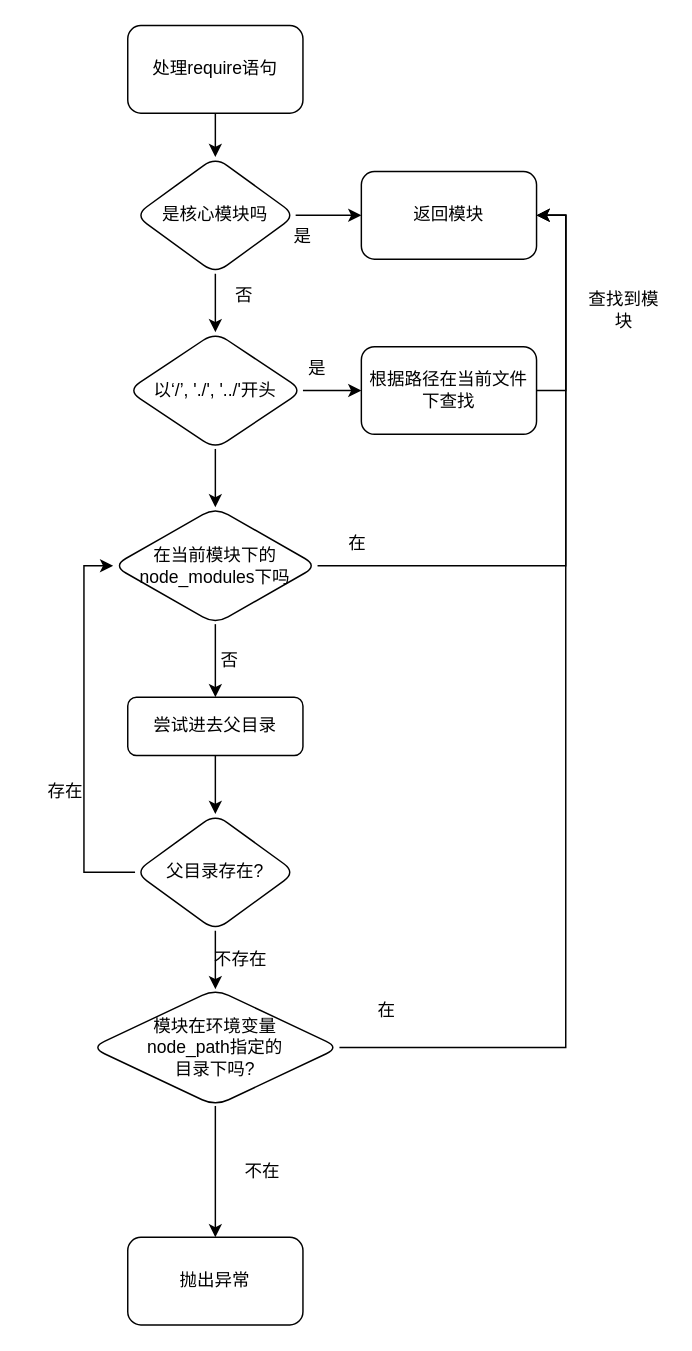
Before: 未命名绘图.drawio in Lynne42/diagrams, a draw.io diagram. Source tidied: cells renumbered, new cells numbered last; positions are measured from the earlier drawing's top-left corner, leaving out a move shared by most shapes. Both pictures are drawn from the tidied source at 146%, with x=0, y=0 at pixel (25, 25).
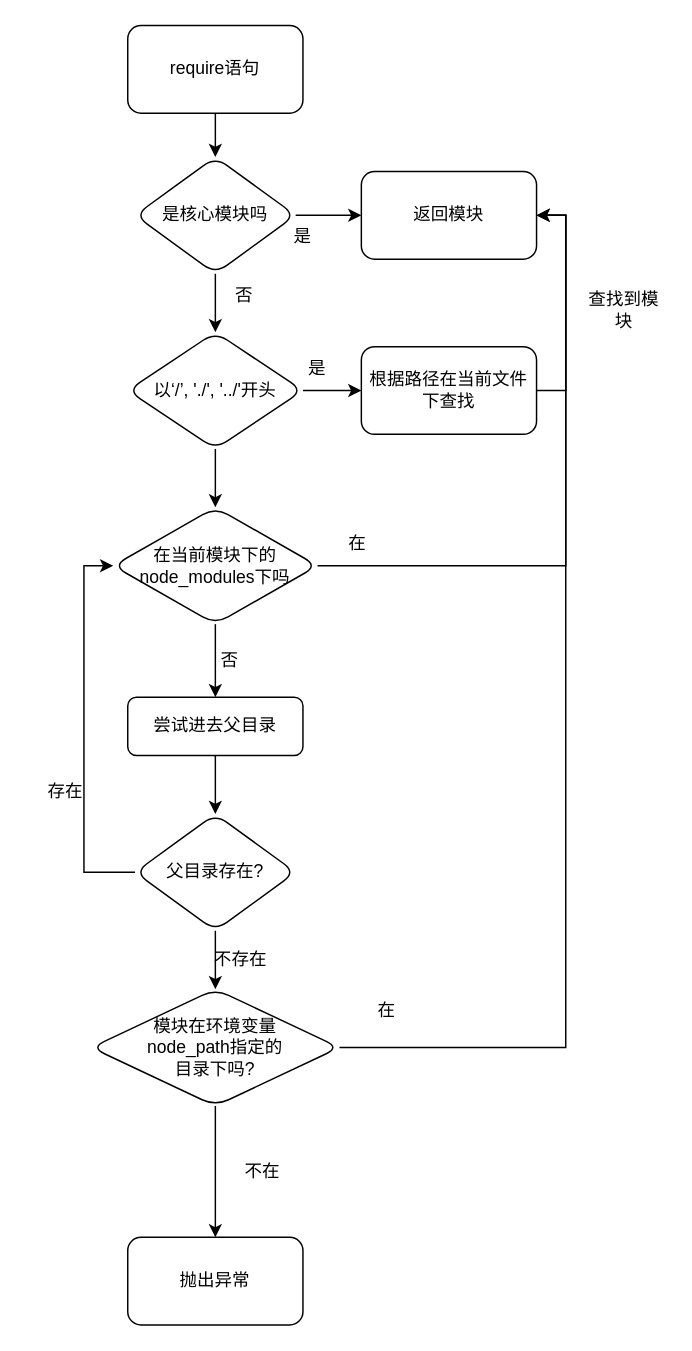
After the change.

What changed in the source:
```diff
@@
-    <mxCell id="3" value="处理require语句" style="rounded=1;whiteSpace=wrap;html=1;" parent="1" vertex="1">
+    <mxCell id="3" value="require语句" style="rounded=1;whiteSpace=wrap;html=1;" parent="1" vertex="1">
       <mxGeometry x="70" width="120" height="60" as="geometry" />
     </mxCell>
```
